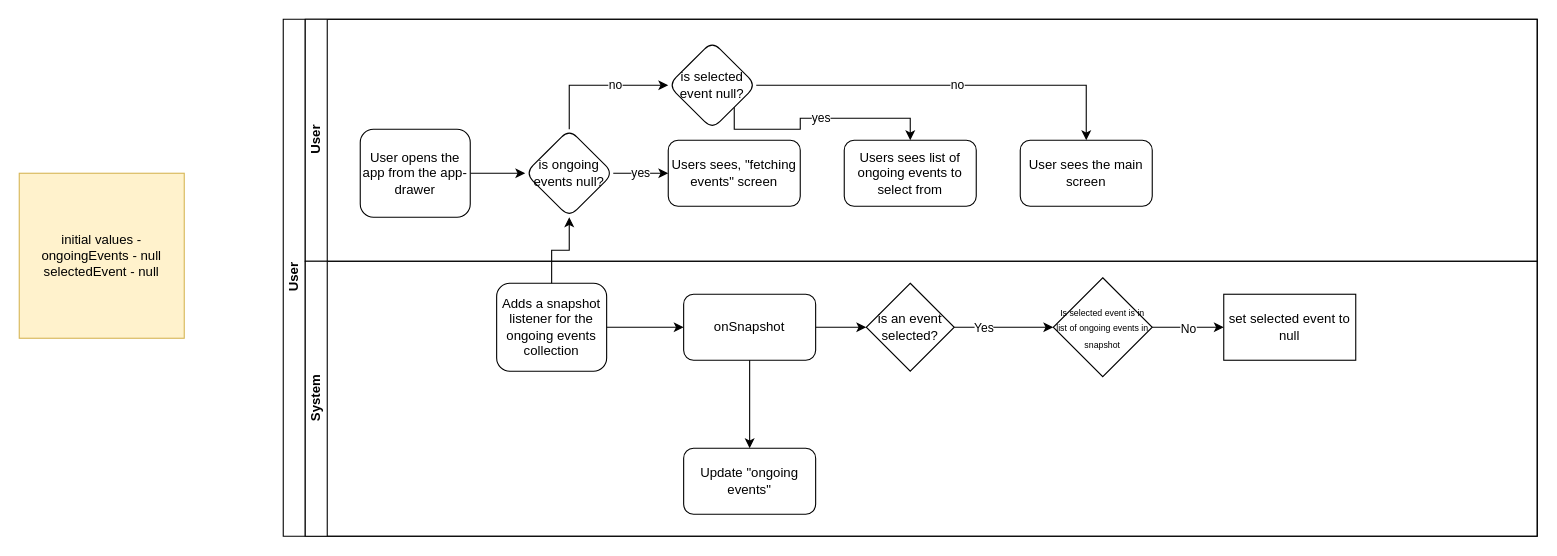
The draw.io diagram page "Event Manager" (1 of 4) of HFN-checkin-app.drawio in appsparkler/draw.io, before the edit. Source tidied: cells renumbered, new cells numbered last; positions are measured from the earlier drawing's top-left corner, leaving out a move shared by most shapes. Both pictures are drawn from the tidied source at 110%, with x=0, y=0 at pixel (19, 19).
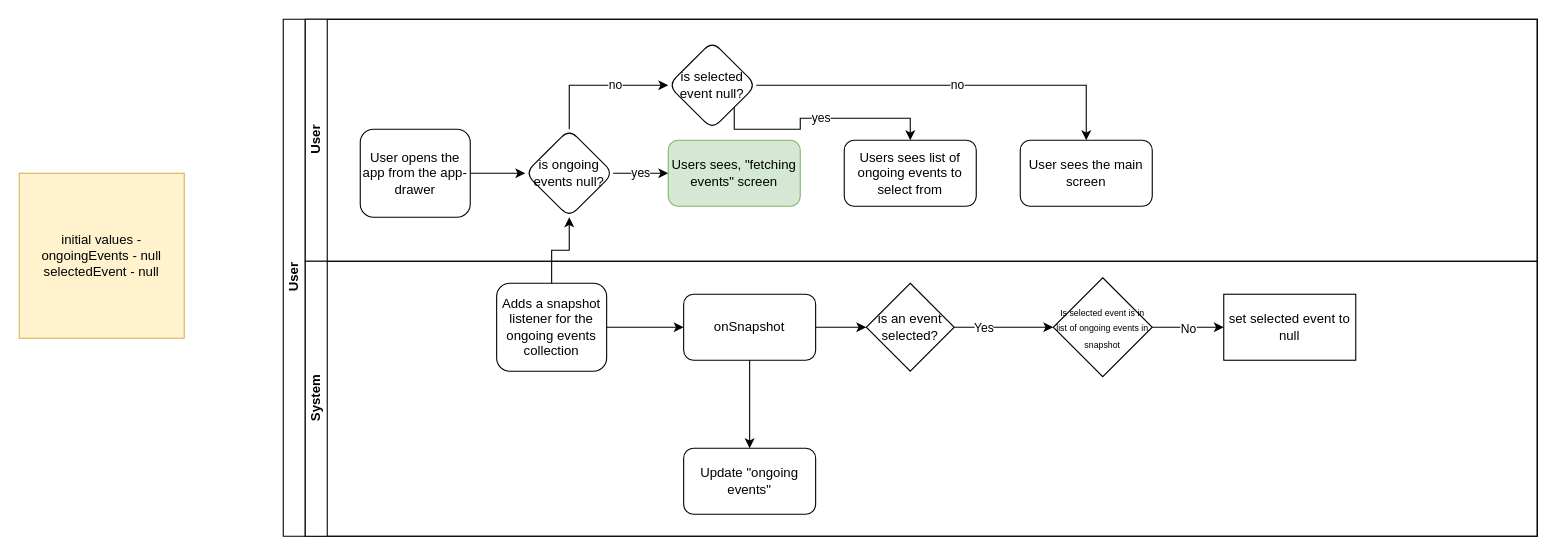
After the change.

Unchanged cells that the change refers to:
```xml
<mxCell id="3" value="&lt;div&gt;User&lt;/div&gt;" style="swimlane;startSize=20;horizontal=0;html=1;" parent="2" vertex="1">
  <mxGeometry x="20" width="1120" height="220" as="geometry" />
</mxCell>
```

Change to the diagram source:
```diff
@@
-    <mxCell id="11" value="Users sees, &quot;fetching events&quot; screen" style="whiteSpace=wrap;html=1;rounded=1;" parent="3" vertex="1">
+    <mxCell id="11" value="Users sees, &quot;fetching events&quot; screen" style="whiteSpace=wrap;html=1;rounded=1;fillColor=#d5e8d4;strokeColor=#82b366;" parent="3" vertex="1">
       <mxGeometry x="330" y="110" width="120" height="60" as="geometry" />
     </mxCell>
```
